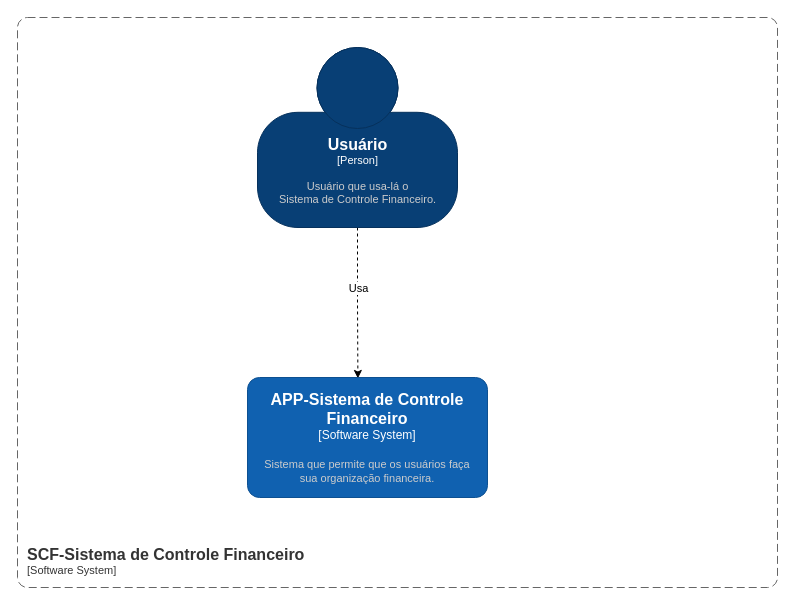
Above: Arquitetura/Diagrama de Contexto.drawio in henriquerdq/poc-sistemas-controle-financas (draw.io), before the change. Source tidied: cells renumbered, new cells numbered last; positions are measured from the earlier drawing's top-left corner, leaving out a move shared by most shapes. Both pictures are drawn from the tidied source at 100%, with x=0, y=0 at pixel (17, 17).
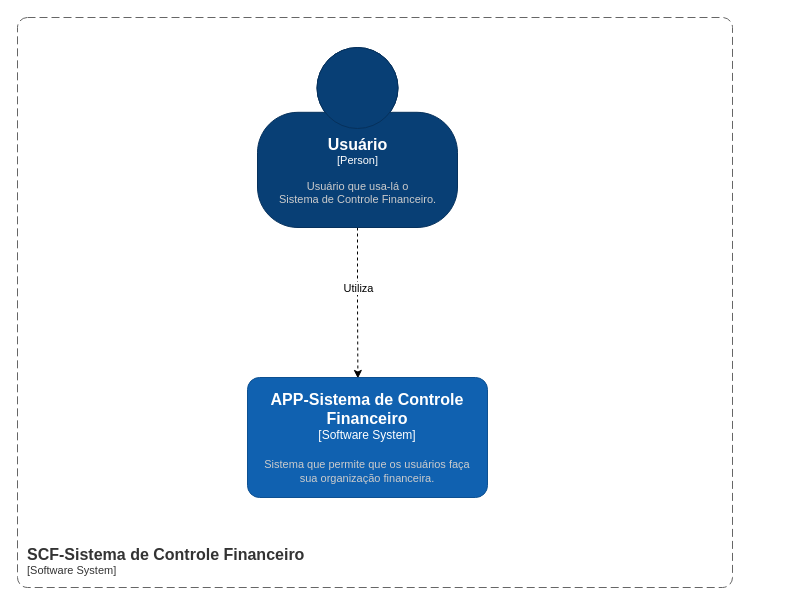
The same page after the edit.

What changed in the source:
```diff
@@
 <mxGraphModel>
   <root>
     <mxCell id="0" />
     <mxCell id="1" parent="0" />
     <mxCell id="2" style="edgeStyle=orthogonalEdgeStyle;rounded=0;jettySize=auto;html=1;entryX=0.46;entryY=0.008;entryDx=0;entryDy=0;entryPerimeter=0;fontColor=#FFFFFF;dashed=1;" parent="1" edge="1" source="4" target="5">
       <mxGeometry relative="1" as="geometry" />
     </mxCell>
-    <mxCell id="3" value="Usa&lt;br&gt;" style="edgeLabel;html=1;align=center;verticalAlign=middle;fontColor=#000000;" parent="2" vertex="1">
+    <mxCell id="3" value="Utiliza" style="edgeLabel;html=1;align=center;verticalAlign=middle;fontColor=#000000;" parent="2" vertex="1">
       <mxGeometry x="-0.2" relative="1" as="geometry">
         <mxPoint y="-1" as="offset" />
       </mxGeometry>
     </mxCell>
     <object id="4" label="&lt;font style=&quot;font-size: 16px&quot;&gt;&lt;b&gt;%c4Name%&lt;/b&gt;&lt;/font&gt;&lt;div&gt;[%c4Type%]&lt;/div&gt;&lt;br&gt;&lt;div&gt;&lt;font style=&quot;font-size: 11px&quot;&gt;&lt;font color=&quot;#cccccc&quot;&gt;%c4Description%&lt;/font&gt;&lt;/div&gt;" c4Description="Usuário que usa-lá o &#10;Sistema de Controle Financeiro." c4Name="Usuário" c4Type="Person" placeholders="1">
       <mxCell style="html=1;fontSize=11;dashed=0;whitespace=wrap;fillColor=#083F75;strokeColor=#06315C;fontColor=#ffffff;shape=mxgraph.c4.person2;align=center;points=[[0.5,0,0],[1,0.5,0],[1,0.75,0],[0.75,1,0],[0.5,1,0],[0.25,1,0],[0,0.75,0],[0,0.5,0]];" parent="1" vertex="1">
         <mxGeometry x="240" y="30" width="200" height="180" as="geometry" />
       </mxCell>
     </object>
     <object id="5" label="&lt;font style=&quot;font-size: 16px&quot;&gt;&lt;b&gt;%c4Name%&lt;/b&gt;&lt;/font&gt;&lt;div&gt;[%c4Type%]&lt;/div&gt;&lt;br&gt;&lt;div&gt;&lt;font style=&quot;font-size: 11px&quot;&gt;&lt;font color=&quot;#cccccc&quot;&gt;%c4Description%&lt;/font&gt;&lt;/div&gt;" c4Description="Sistema que permite que os usuários faça &#10;sua organização financeira." c4Name="APP-Sistema de Controle Financeiro" c4Type="Software System" placeholders="1">
       <mxCell style="rounded=1;whiteSpace=wrap;html=1;labelBackgroundColor=none;fillColor=#1061B0;fontColor=#ffffff;align=center;arcSize=10;strokeColor=#0D5091;points=[[0.25,0,0],[0.5,0,0],[0.75,0,0],[1,0.25,0],[1,0.5,0],[1,0.75,0],[0.75,1,0],[0.5,1,0],[0.25,1,0],[0,0.75,0],[0,0.5,0],[0,0.25,0]];" parent="1" vertex="1">
         <mxGeometry x="230" y="360" width="240" height="120" as="geometry" />
       </mxCell>
     </object>
     <object id="6" label="&lt;font style=&quot;font-size: 16px&quot;&gt;&lt;b&gt;&lt;div style=&quot;text-align: left&quot;&gt;%c4Name%&lt;/div&gt;&lt;/b&gt;&lt;/font&gt;&lt;div style=&quot;text-align: left&quot;&gt;[%c4Application%]&lt;/div&gt;" c4Application="Software System" c4Name="SCF-Sistema de Controle Financeiro" placeholders="1">
       <mxCell style="rounded=1;fontSize=11;whiteSpace=wrap;html=1;dashed=1;arcSize=20;fillColor=none;strokeColor=#666666;fontColor=#333333;labelBackgroundColor=none;align=left;verticalAlign=bottom;labelBorderColor=none;spacingTop=0;spacing=10;dashPattern=8 4;perimeter=rectanglePerimeter;noLabel=0;labelPadding=0;absoluteArcSize=1;" parent="1" vertex="1">
-        <mxGeometry width="760" height="570" as="geometry" />
+        <mxGeometry width="715" height="570" as="geometry" />
       </mxCell>
     </object>
   </root>
 </mxGraphModel>
```
